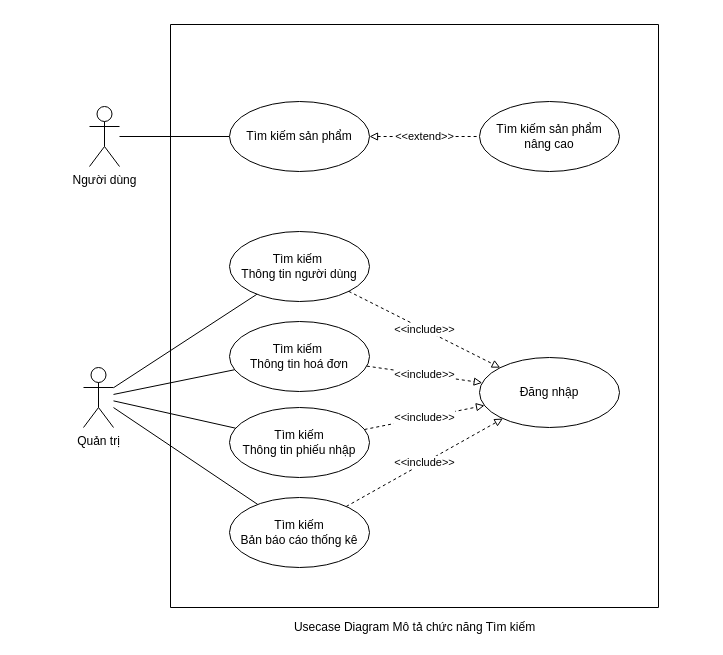
Before: Nam3_HK1/CNPM_SoftTech/Usecase Diagrams/UD_3_Search.drawio in EdgarIgnite16/SGU-Course, a draw.io diagram. Source tidied: cells renumbered, new cells numbered last; positions are measured from the earlier drawing's top-left corner, leaving out a move shared by most shapes. Both pictures are drawn from the tidied source at 100%, with x=0, y=0 at pixel (83, 24).
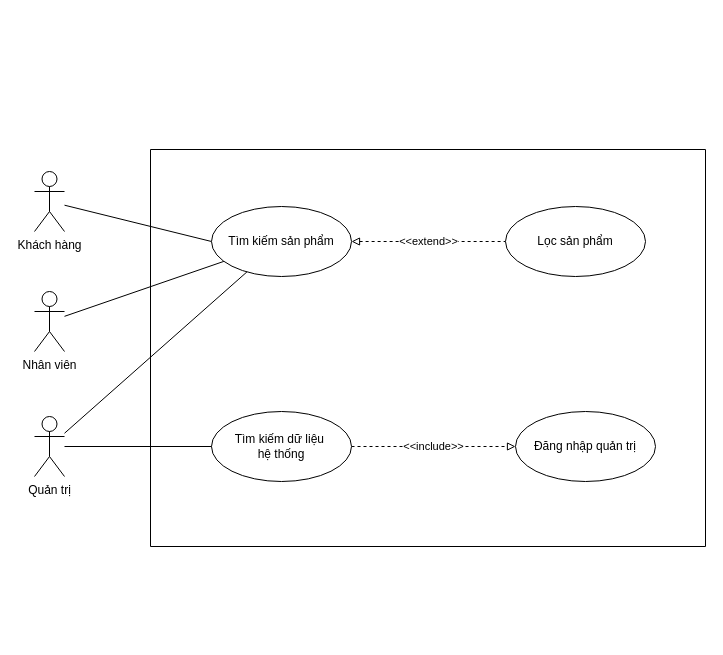
After the change.

What changed in the source:
```diff
@@
-    <mxCell id="2" style="rounded=0;jettySize=auto;html=1;endArrow=none;endFill=0;" parent="1" edge="1" source="3" target="6">
+    <mxCell id="2" style="rounded=0;jettySize=auto;html=1;endArrow=none;endFill=0;entryX=0;entryY=0.5;entryDx=0;entryDy=0;" parent="1" edge="1" source="3" target="6">
       <mxGeometry relative="1" as="geometry" />
     </mxCell>
-    <mxCell id="3" value="Người dùng" style="shape=umlActor;verticalLabelPosition=bottom;verticalAlign=top;html=1;outlineConnect=0;" parent="1" vertex="1">
-      <mxGeometry x="6" y="82" width="30" height="60" as="geometry" />
+    <mxCell id="3" value="Khách hàng" style="shape=umlActor;verticalLabelPosition=bottom;verticalAlign=top;html=1;outlineConnect=0;" parent="1" vertex="1">
+      <mxGeometry x="-49" y="147" width="30" height="60" as="geometry" />
     </mxCell>
     <mxCell id="4" style="swimlane;startSize=0;" parent="1" vertex="1">
-      <mxGeometry x="87" width="488" height="583" as="geometry" />
+      <mxGeometry x="67" y="125" width="555" height="397" as="geometry" />
     </mxCell>
-    <mxCell id="5" value="&amp;lt;&amp;lt;extend&amp;gt;&amp;gt;" style="edgeStyle=none;rounded=0;jettySize=auto;html=1;dashed=1;startArrow=block;startFill=0;endArrow=none;endFill=0;" parent="4" edge="1" source="6" target="7">
+    <mxCell id="5" value="&amp;lt;&amp;lt;extend&amp;gt;&amp;gt;" style="edgeStyle=none;rounded=0;jettySize=auto;html=1;dashed=1;startArrow=block;startFill=0;endArrow=none;endFill=0;" parent="4" edge="1" source="6" target="25">
       <mxGeometry relative="1" as="geometry" />
     </mxCell>
     <mxCell id="6" value="Tìm kiếm sản phẩm" style="ellipse;whiteSpace=wrap;html=1;" parent="4" vertex="1">
-      <mxGeometry x="59" y="77" width="140" height="70" as="geometry" />
+      <mxGeometry x="61" y="57" width="140" height="70" as="geometry" />
     </mxCell>
-    <mxCell id="7" value="Tìm kiếm sản phẩm &lt;br&gt;nâng cao" style="ellipse;whiteSpace=wrap;html=1;" parent="4" vertex="1">
-      <mxGeometry x="309" y="77" width="140" height="70" as="geometry" />
-    </mxCell>
-    <mxCell id="8" value="Tìm kiếm&amp;nbsp;&lt;br&gt;Thông tin người dùng" style="ellipse;whiteSpace=wrap;html=1;" parent="4" vertex="1">
-      <mxGeometry x="59" y="207" width="140" height="70" as="geometry" />
-    </mxCell>
-    <mxCell id="9" value="Tìm kiếm&amp;nbsp;&lt;br&gt;Thông tin hoá đơn" style="ellipse;whiteSpace=wrap;html=1;" parent="4" vertex="1">
-      <mxGeometry x="59" y="297" width="140" height="70" as="geometry" />
-    </mxCell>
-    <mxCell id="10" value="Tìm kiếm&lt;br&gt;Thông tin phiếu nhập" style="ellipse;whiteSpace=wrap;html=1;" parent="4" vertex="1">
-      <mxGeometry x="59" y="383" width="140" height="70" as="geometry" />
-    </mxCell>
-    <mxCell id="11" value="Đăng nhập" style="ellipse;whiteSpace=wrap;html=1;" parent="4" vertex="1">
-      <mxGeometry x="309" y="333" width="140" height="70" as="geometry" />
+    <mxCell id="11" value="Đăng nhập quản trị" style="ellipse;whiteSpace=wrap;html=1;" parent="4" vertex="1">
+      <mxGeometry x="365" y="262" width="140" height="70" as="geometry" />
     </mxCell>
-    <mxCell id="12" value="&amp;lt;&amp;lt;include&amp;gt;&amp;gt;" style="edgeStyle=none;rounded=0;jettySize=auto;html=1;dashed=1;startArrow=none;startFill=0;endArrow=block;endFill=0;" parent="4" edge="1" source="8" target="11">
-      <mxGeometry relative="1" as="geometry" />
-    </mxCell>
-    <mxCell id="13" value="&amp;lt;&amp;lt;include&amp;gt;&amp;gt;" style="edgeStyle=none;rounded=0;jettySize=auto;html=1;dashed=1;startArrow=none;startFill=0;endArrow=block;endFill=0;" parent="4" edge="1" source="9" target="11">
-      <mxGeometry relative="1" as="geometry" />
-    </mxCell>
-    <mxCell id="14" value="&amp;lt;&amp;lt;include&amp;gt;&amp;gt;" style="edgeStyle=none;rounded=0;jettySize=auto;html=1;dashed=1;startArrow=none;startFill=0;endArrow=block;endFill=0;" parent="4" edge="1" source="10" target="11">
+    <mxCell id="14" value="&amp;lt;&amp;lt;include&amp;gt;&amp;gt;" style="edgeStyle=none;rounded=0;jettySize=auto;html=1;dashed=1;startArrow=none;startFill=0;endArrow=block;endFill=0;" parent="4" edge="1" source="24" target="11">
       <mxGeometry relative="1" as="geometry" />
     </mxCell>
-    <mxCell id="15" value="Tìm kiếm&lt;br&gt;Bản báo cáo thống kê" style="ellipse;whiteSpace=wrap;html=1;" parent="4" vertex="1">
-      <mxGeometry x="59" y="473" width="140" height="70" as="geometry" />
-    </mxCell>
-    <mxCell id="16" value="&amp;lt;&amp;lt;include&amp;gt;&amp;gt;" style="edgeStyle=none;rounded=0;jettySize=auto;html=1;dashed=1;startArrow=none;startFill=0;endArrow=block;endFill=0;" parent="4" edge="1" source="15" target="11">
-      <mxGeometry relative="1" as="geometry" />
-    </mxCell>
+    <mxCell id="24" value="Tìm kiếm dữ liệu&amp;nbsp;&lt;br&gt;hệ thống" style="ellipse;whiteSpace=wrap;html=1;" parent="4" vertex="1">
+      <mxGeometry x="61" y="262" width="140" height="70" as="geometry" />
+    </mxCell>
+    <mxCell id="25" value="Lọc sản phẩm" style="ellipse;whiteSpace=wrap;html=1;" parent="4" vertex="1">
+      <mxGeometry x="355" y="57" width="140" height="70" as="geometry" />
+    </mxCell>
-    <mxCell id="17" style="edgeStyle=none;rounded=0;orthogonalLoop=1;jettySize=auto;html=1;exitX=0.5;exitY=0;exitDx=0;exitDy=0;dashed=1;strokeColor=default;" parent="1" edge="1" source="4" target="4">
-      <mxGeometry relative="1" as="geometry" />
+    <mxCell id="17" style="edgeStyle=none;rounded=0;orthogonalLoop=1;jettySize=auto;html=1;exitX=0.5;exitY=0;exitDx=0;exitDy=0;dashed=1;strokeColor=default;" parent="1" edge="1">
+      <mxGeometry relative="1" as="geometry">
+        <mxPoint x="345.5" y="62" as="sourcePoint" />
+        <mxPoint x="345.5" y="62" as="targetPoint" />
+      </mxGeometry>
     </mxCell>
     <mxCell id="18" value="Quản trị" style="shape=umlActor;verticalLabelPosition=bottom;verticalAlign=top;html=1;outlineConnect=0;" parent="1" vertex="1">
-      <mxGeometry y="343" width="30" height="60" as="geometry" />
+      <mxGeometry x="-49" y="392" width="30" height="60" as="geometry" />
     </mxCell>
-    <mxCell id="19" style="rounded=0;jettySize=auto;html=1;endArrow=none;endFill=0;" parent="1" edge="1" source="18" target="9">
-      <mxGeometry relative="1" as="geometry" />
-    </mxCell>
-    <mxCell id="20" style="rounded=0;jettySize=auto;html=1;endArrow=none;endFill=0;" parent="1" edge="1" source="18" target="8">
-      <mxGeometry relative="1" as="geometry" />
-    </mxCell>
-    <mxCell id="21" style="rounded=0;jettySize=auto;html=1;endArrow=none;endFill=0;" parent="1" edge="1" source="18" target="10">
-      <mxGeometry relative="1" as="geometry" />
-    </mxCell>
-    <mxCell id="22" value="Usecase Diagram Mô tả chức năng Tìm kiếm" style="text;html=1;align=center;verticalAlign=middle;strokeColor=none;fillColor=none;" parent="1" vertex="1">
-      <mxGeometry x="201" y="593" width="260" height="20" as="geometry" />
-    </mxCell>
-    <mxCell id="23" style="rounded=0;jettySize=auto;html=1;endArrow=none;endFill=0;" parent="1" edge="1" source="18" target="15">
-      <mxGeometry relative="1" as="geometry" />
-    </mxCell>
+    <mxCell id="26" value="Nhân viên" style="shape=umlActor;verticalLabelPosition=bottom;verticalAlign=top;html=1;outlineConnect=0;" parent="1" vertex="1">
+      <mxGeometry x="-49" y="267" width="30" height="60" as="geometry" />
+    </mxCell>
+    <mxCell id="27" style="rounded=0;jettySize=auto;html=1;endArrow=none;endFill=0;" parent="1" edge="1" source="26" target="6">
+      <mxGeometry relative="1" as="geometry" />
+    </mxCell>
+    <mxCell id="28" style="rounded=0;jettySize=auto;html=1;endArrow=none;endFill=0;" parent="1" edge="1" source="24" target="18">
+      <mxGeometry relative="1" as="geometry" />
+    </mxCell>
+    <mxCell id="29" style="rounded=0;jettySize=auto;html=1;endArrow=none;endFill=0;" parent="1" edge="1" source="6" target="18">
+      <mxGeometry relative="1" as="geometry" />
+    </mxCell>
```
